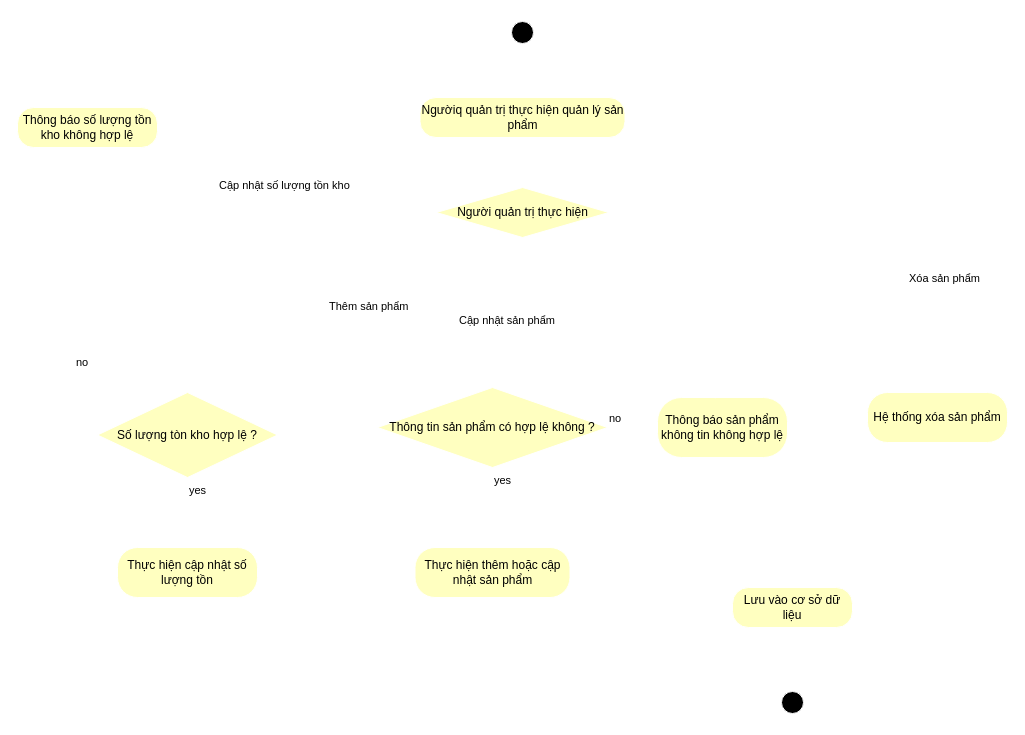
DiagaticSnith/goshop keeps this draw.io diagram as Diagram/Activity/AdminManageProduct.drawio. Above is the earlier version. Source tidied: cells renumbered, new cells numbered last; positions are measured from the earlier drawing's top-left corner, leaving out a move shared by most shapes. Both pictures are drawn from the tidied source at 100%, with x=0, y=0 at pixel (17, 17).
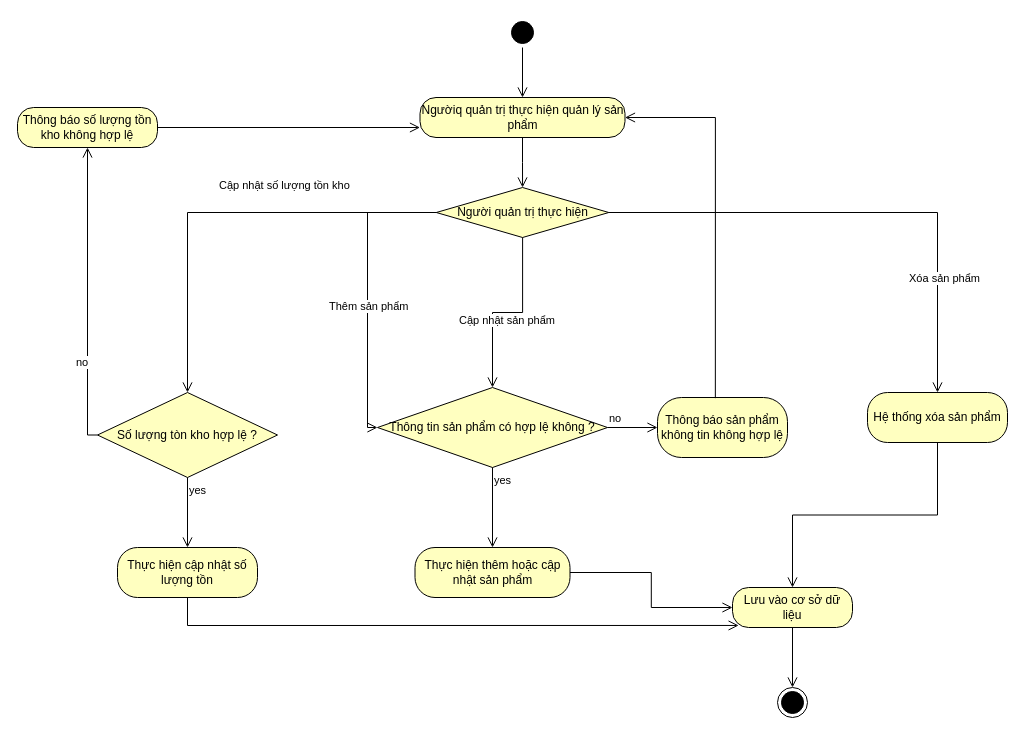
Above is the later version.

The edit, as a diff of the source:
```diff
@@
-    <mxCell id="2" style="ellipse;html=1;shape=startState;fillColor=#000000;strokeColor=#FFFFFF;" parent="1" vertex="1">
+    <mxCell id="2" style="ellipse;html=1;shape=startState;fillColor=#000000;strokeColor=#000000;" parent="1" vertex="1">
       <mxGeometry x="490" width="30" height="30" as="geometry" />
     </mxCell>
-    <mxCell id="3" style="edgeStyle=orthogonalEdgeStyle;html=1;verticalAlign=bottom;endArrow=open;endSize=8;strokeColor=#FFFFFF;rounded=0;entryX=0.5;entryY=0;entryDx=0;entryDy=0;" parent="1" edge="1" source="2" target="4">
+    <mxCell id="3" style="edgeStyle=orthogonalEdgeStyle;html=1;verticalAlign=bottom;endArrow=open;endSize=8;strokeColor=#000000;rounded=0;entryX=0.5;entryY=0;entryDx=0;entryDy=0;" parent="1" edge="1" source="2" target="4">
       <mxGeometry relative="1" as="geometry" />
     </mxCell>
-    <mxCell id="4" value="Ngườiq quản trị thực hiện quản lý sản phẩm" style="rounded=1;whiteSpace=wrap;html=1;arcSize=40;fontColor=#000000;fillColor=#ffffc0;strokeColor=#FFFFFF;" parent="1" vertex="1">
+    <mxCell id="4" value="Ngườiq quản trị thực hiện quản lý sản phẩm" style="rounded=1;whiteSpace=wrap;html=1;arcSize=40;fontColor=#000000;fillColor=#ffffc0;strokeColor=#000000;" parent="1" vertex="1">
       <mxGeometry x="402.5" y="80" width="205" height="40" as="geometry" />
     </mxCell>
-    <mxCell id="5" style="edgeStyle=orthogonalEdgeStyle;html=1;verticalAlign=bottom;endArrow=open;endSize=8;strokeColor=#FFFFFF;rounded=0;entryX=0.5;entryY=0;entryDx=0;entryDy=0;" parent="1" edge="1" source="4" target="6">
+    <mxCell id="5" style="edgeStyle=orthogonalEdgeStyle;html=1;verticalAlign=bottom;endArrow=open;endSize=8;strokeColor=#000000;rounded=0;entryX=0.5;entryY=0;entryDx=0;entryDy=0;" parent="1" edge="1" source="4" target="6">
       <mxGeometry relative="1" as="geometry" />
     </mxCell>
-    <mxCell id="6" value="Người quản trị thực hiện" style="rhombus;whiteSpace=wrap;html=1;fontColor=#000000;fillColor=#ffffc0;strokeColor=#FFFFFF;" parent="1" vertex="1">
+    <mxCell id="6" value="Người quản trị thực hiện" style="rhombus;whiteSpace=wrap;html=1;fontColor=#000000;fillColor=#ffffc0;strokeColor=#000000;" parent="1" vertex="1">
       <mxGeometry x="418.8" y="170" width="172.5" height="50" as="geometry" />
     </mxCell>
-    <mxCell id="7" value="Xóa sản phẩm" style="edgeStyle=orthogonalEdgeStyle;html=1;align=left;verticalAlign=bottom;endArrow=open;endSize=8;strokeColor=#FFFFFF;rounded=0;entryX=0.5;entryY=0;entryDx=0;entryDy=0;" parent="1" edge="1" source="6" target="17">
+    <mxCell id="7" value="Xóa sản phẩm" style="edgeStyle=orthogonalEdgeStyle;html=1;align=left;verticalAlign=bottom;endArrow=open;endSize=8;strokeColor=#000000;rounded=0;entryX=0.5;entryY=0;entryDx=0;entryDy=0;" parent="1" edge="1" source="6" target="17">
       <mxGeometry x="0.59" y="-30" relative="1" as="geometry" />
     </mxCell>
-    <mxCell id="8" value="Cập nhật sản phẩm" style="edgeStyle=orthogonalEdgeStyle;html=1;align=left;verticalAlign=top;endArrow=open;endSize=8;strokeColor=#FFFFFF;rounded=0;entryX=0.5;entryY=0;entryDx=0;entryDy=0;" parent="1" edge="1" source="6" target="10">
+    <mxCell id="8" value="Cập nhật sản phẩm" style="edgeStyle=orthogonalEdgeStyle;html=1;align=left;verticalAlign=top;endArrow=open;endSize=8;strokeColor=#000000;rounded=0;entryX=0.5;entryY=0;entryDx=0;entryDy=0;" parent="1" edge="1" source="6" target="10">
       <mxGeometry x="0.17" y="-35" relative="1" as="geometry">
         <mxPoint y="-5" as="offset" />
       </mxGeometry>
     </mxCell>
-    <mxCell id="9" value="Thêm sản phẩm" style="edgeStyle=orthogonalEdgeStyle;html=1;align=left;verticalAlign=top;endArrow=open;endSize=8;strokeColor=#FFFFFF;rounded=0;exitX=0;exitY=0.5;exitDx=0;exitDy=0;entryX=0;entryY=0.5;entryDx=0;entryDy=0;" parent="1" edge="1" source="6" target="10">
+    <mxCell id="9" value="Thêm sản phẩm" style="edgeStyle=orthogonalEdgeStyle;html=1;align=left;verticalAlign=top;endArrow=open;endSize=8;strokeColor=#000000;rounded=0;exitX=0;exitY=0.5;exitDx=0;exitDy=0;entryX=0;entryY=0.5;entryDx=0;entryDy=0;" parent="1" edge="1" source="6" target="10">
       <mxGeometry x="0.02" y="-40" relative="1" as="geometry" />
     </mxCell>
-    <mxCell id="10" value="Thông tin sản phẩm có hợp lệ không ?" style="rhombus;whiteSpace=wrap;html=1;fontColor=#000000;fillColor=#ffffc0;strokeColor=#FFFFFF;" parent="1" vertex="1">
+    <mxCell id="10" value="Thông tin sản phẩm có hợp lệ không ?" style="rhombus;whiteSpace=wrap;html=1;fontColor=#000000;fillColor=#ffffc0;strokeColor=#000000;" parent="1" vertex="1">
       <mxGeometry x="360" y="370" width="230" height="80" as="geometry" />
     </mxCell>
-    <mxCell id="11" value="no" style="edgeStyle=orthogonalEdgeStyle;html=1;align=left;verticalAlign=bottom;endArrow=open;endSize=8;strokeColor=#FFFFFF;rounded=0;entryX=0;entryY=0.5;entryDx=0;entryDy=0;" parent="1" edge="1" source="10" target="15">
+    <mxCell id="11" value="no" style="edgeStyle=orthogonalEdgeStyle;html=1;align=left;verticalAlign=bottom;endArrow=open;endSize=8;strokeColor=#000000;rounded=0;entryX=0;entryY=0.5;entryDx=0;entryDy=0;" parent="1" edge="1" source="10" target="15">
       <mxGeometry x="-1" relative="1" as="geometry" />
     </mxCell>
-    <mxCell id="12" value="yes" style="edgeStyle=orthogonalEdgeStyle;html=1;align=left;verticalAlign=top;endArrow=open;endSize=8;strokeColor=#FFFFFF;rounded=0;entryX=0.5;entryY=0;entryDx=0;entryDy=0;" parent="1" edge="1" source="10" target="13">
+    <mxCell id="12" value="yes" style="edgeStyle=orthogonalEdgeStyle;html=1;align=left;verticalAlign=top;endArrow=open;endSize=8;strokeColor=#000000;rounded=0;entryX=0.5;entryY=0;entryDx=0;entryDy=0;" parent="1" edge="1" source="10" target="13">
       <mxGeometry x="-1" relative="1" as="geometry" />
     </mxCell>
-    <mxCell id="13" value="Thực hiện thêm hoặc cập nhật sản phẩm" style="rounded=1;whiteSpace=wrap;html=1;arcSize=40;fontColor=#000000;fillColor=#ffffc0;strokeColor=#FFFFFF;" parent="1" vertex="1">
+    <mxCell id="13" value="Thực hiện thêm hoặc cập nhật sản phẩm" style="rounded=1;whiteSpace=wrap;html=1;arcSize=40;fontColor=#000000;fillColor=#ffffc0;strokeColor=#000000;" parent="1" vertex="1">
       <mxGeometry x="397.5" y="530" width="155" height="50" as="geometry" />
     </mxCell>
-    <mxCell id="14" style="edgeStyle=orthogonalEdgeStyle;html=1;verticalAlign=bottom;endArrow=open;endSize=8;strokeColor=#FFFFFF;rounded=0;entryX=0;entryY=0.5;entryDx=0;entryDy=0;exitX=1;exitY=0.5;exitDx=0;exitDy=0;" parent="1" edge="1" source="13" target="26">
+    <mxCell id="14" style="edgeStyle=orthogonalEdgeStyle;html=1;verticalAlign=bottom;endArrow=open;endSize=8;strokeColor=#000000;rounded=0;entryX=0;entryY=0.5;entryDx=0;entryDy=0;exitX=1;exitY=0.5;exitDx=0;exitDy=0;" parent="1" edge="1" source="13" target="26">
       <mxGeometry relative="1" as="geometry" />
     </mxCell>
-    <mxCell id="15" value="Thông báo sản phẩm không tin không hợp lệ" style="rounded=1;whiteSpace=wrap;html=1;arcSize=40;fontColor=#000000;fillColor=#ffffc0;strokeColor=#FFFFFF;" parent="1" vertex="1">
+    <mxCell id="15" value="Thông báo sản phẩm không tin không hợp lệ" style="rounded=1;whiteSpace=wrap;html=1;arcSize=40;fontColor=#000000;fillColor=#ffffc0;strokeColor=#000000;" parent="1" vertex="1">
       <mxGeometry x="640" y="380" width="130" height="60" as="geometry" />
     </mxCell>
-    <mxCell id="16" style="edgeStyle=orthogonalEdgeStyle;html=1;verticalAlign=bottom;endArrow=open;endSize=8;strokeColor=#FFFFFF;rounded=0;exitX=0.445;exitY=0.011;exitDx=0;exitDy=0;exitPerimeter=0;entryX=1;entryY=0.5;entryDx=0;entryDy=0;" parent="1" edge="1" source="15" target="4">
+    <mxCell id="16" style="edgeStyle=orthogonalEdgeStyle;html=1;verticalAlign=bottom;endArrow=open;endSize=8;strokeColor=#000000;rounded=0;exitX=0.445;exitY=0.011;exitDx=0;exitDy=0;exitPerimeter=0;entryX=1;entryY=0.5;entryDx=0;entryDy=0;" parent="1" edge="1" source="15" target="4">
       <mxGeometry relative="1" as="geometry" />
     </mxCell>
-    <mxCell id="17" value="Hệ thống xóa sản phẩm" style="rounded=1;whiteSpace=wrap;html=1;arcSize=40;fontColor=#000000;fillColor=#ffffc0;strokeColor=#FFFFFF;" parent="1" vertex="1">
+    <mxCell id="17" value="Hệ thống xóa sản phẩm" style="rounded=1;whiteSpace=wrap;html=1;arcSize=40;fontColor=#000000;fillColor=#ffffc0;strokeColor=#000000;" parent="1" vertex="1">
       <mxGeometry x="850" y="375" width="140" height="50" as="geometry" />
     </mxCell>
-    <mxCell id="18" style="edgeStyle=orthogonalEdgeStyle;html=1;verticalAlign=bottom;endArrow=open;endSize=8;strokeColor=#FFFFFF;rounded=0;entryX=0.5;entryY=0;entryDx=0;entryDy=0;exitX=0.5;exitY=1;exitDx=0;exitDy=0;" parent="1" edge="1" source="17" target="26">
+    <mxCell id="18" style="edgeStyle=orthogonalEdgeStyle;html=1;verticalAlign=bottom;endArrow=open;endSize=8;strokeColor=#000000;rounded=0;entryX=0.5;entryY=0;entryDx=0;entryDy=0;exitX=0.5;exitY=1;exitDx=0;exitDy=0;" parent="1" edge="1" source="17" target="26">
       <mxGeometry relative="1" as="geometry" />
     </mxCell>
-    <mxCell id="19" style="ellipse;html=1;shape=endState;fillColor=#000000;strokeColor=#FFFFFF;" parent="1" vertex="1">
+    <mxCell id="19" style="ellipse;html=1;shape=endState;fillColor=#000000;strokeColor=#000000;" parent="1" vertex="1">
       <mxGeometry x="760" y="670" width="30" height="30" as="geometry" />
     </mxCell>
-    <mxCell id="20" value="Cập nhật số lượng tồn kho" style="edgeStyle=orthogonalEdgeStyle;html=1;align=left;verticalAlign=top;endArrow=open;endSize=8;strokeColor=#FFFFFF;rounded=0;exitX=0;exitY=0.5;exitDx=0;exitDy=0;entryX=0.5;entryY=0;entryDx=0;entryDy=0;" parent="1" edge="1" source="6" target="21">
+    <mxCell id="20" value="Cập nhật số lượng tồn kho" style="edgeStyle=orthogonalEdgeStyle;html=1;align=left;verticalAlign=top;endArrow=open;endSize=8;strokeColor=#000000;rounded=0;exitX=0;exitY=0.5;exitDx=0;exitDy=0;entryX=0.5;entryY=0;entryDx=0;entryDy=0;" parent="1" edge="1" source="6" target="21">
       <mxGeometry x="0.02" y="-40" relative="1" as="geometry" />
     </mxCell>
-    <mxCell id="21" value="Số lượng tòn kho hợp lệ ?" style="rhombus;whiteSpace=wrap;html=1;fontColor=#000000;fillColor=#ffffc0;strokeColor=#FFFFFF;" parent="1" vertex="1">
+    <mxCell id="21" value="Số lượng tòn kho hợp lệ ?" style="rhombus;whiteSpace=wrap;html=1;fontColor=#000000;fillColor=#ffffc0;strokeColor=#000000;" parent="1" vertex="1">
       <mxGeometry x="80" y="375" width="180" height="85" as="geometry" />
     </mxCell>
-    <mxCell id="22" value="no" style="edgeStyle=orthogonalEdgeStyle;html=1;align=left;verticalAlign=bottom;endArrow=open;endSize=8;strokeColor=#FFFFFF;rounded=0;entryX=0.5;entryY=1;entryDx=0;entryDy=0;exitX=0;exitY=0.5;exitDx=0;exitDy=0;" parent="1" edge="1" source="21" target="28">
+    <mxCell id="22" value="no" style="edgeStyle=orthogonalEdgeStyle;html=1;align=left;verticalAlign=bottom;endArrow=open;endSize=8;strokeColor=#000000;rounded=0;entryX=0.5;entryY=1;entryDx=0;entryDy=0;exitX=0;exitY=0.5;exitDx=0;exitDy=0;" parent="1" edge="1" source="21" target="28">
       <mxGeometry x="-0.5" y="13" relative="1" as="geometry" />
     </mxCell>
-    <mxCell id="23" value="yes" style="edgeStyle=orthogonalEdgeStyle;html=1;align=left;verticalAlign=top;endArrow=open;endSize=8;strokeColor=#FFFFFF;rounded=0;entryX=0.5;entryY=0;entryDx=0;entryDy=0;" parent="1" edge="1" source="21" target="24">
+    <mxCell id="23" value="yes" style="edgeStyle=orthogonalEdgeStyle;html=1;align=left;verticalAlign=top;endArrow=open;endSize=8;strokeColor=#000000;rounded=0;entryX=0.5;entryY=0;entryDx=0;entryDy=0;" parent="1" edge="1" source="21" target="24">
       <mxGeometry x="-1" relative="1" as="geometry" />
     </mxCell>
-    <mxCell id="24" value="Thực hiện cập nhật số lượng tồn" style="rounded=1;whiteSpace=wrap;html=1;arcSize=40;fontColor=#000000;fillColor=#ffffc0;strokeColor=#FFFFFF;" parent="1" vertex="1">
+    <mxCell id="24" value="Thực hiện cập nhật số lượng tồn" style="rounded=1;whiteSpace=wrap;html=1;arcSize=40;fontColor=#000000;fillColor=#ffffc0;strokeColor=#000000;" parent="1" vertex="1">
       <mxGeometry x="100" y="530" width="140" height="50" as="geometry" />
     </mxCell>
-    <mxCell id="25" style="edgeStyle=orthogonalEdgeStyle;html=1;verticalAlign=bottom;endArrow=open;endSize=8;strokeColor=#FFFFFF;rounded=0;entryX=0.051;entryY=0.949;entryDx=0;entryDy=0;entryPerimeter=0;exitX=0.5;exitY=1;exitDx=0;exitDy=0;" parent="1" edge="1" source="24" target="26">
+    <mxCell id="25" style="edgeStyle=orthogonalEdgeStyle;html=1;verticalAlign=bottom;endArrow=open;endSize=8;strokeColor=#000000;rounded=0;entryX=0.051;entryY=0.949;entryDx=0;entryDy=0;entryPerimeter=0;exitX=0.5;exitY=1;exitDx=0;exitDy=0;" parent="1" edge="1" source="24" target="26">
       <mxGeometry relative="1" as="geometry" />
     </mxCell>
-    <mxCell id="26" value="Lưu vào cơ sở dữ liệu" style="rounded=1;whiteSpace=wrap;html=1;arcSize=40;fontColor=#000000;fillColor=#ffffc0;strokeColor=#FFFFFF;" parent="1" vertex="1">
+    <mxCell id="26" value="Lưu vào cơ sở dữ liệu" style="rounded=1;whiteSpace=wrap;html=1;arcSize=40;fontColor=#000000;fillColor=#ffffc0;strokeColor=#000000;" parent="1" vertex="1">
       <mxGeometry x="715" y="570" width="120" height="40" as="geometry" />
     </mxCell>
-    <mxCell id="27" style="edgeStyle=orthogonalEdgeStyle;html=1;verticalAlign=bottom;endArrow=open;endSize=8;strokeColor=#FFFFFF;rounded=0;entryX=0.5;entryY=0;entryDx=0;entryDy=0;" parent="1" edge="1" source="26" target="19">
+    <mxCell id="27" style="edgeStyle=orthogonalEdgeStyle;html=1;verticalAlign=bottom;endArrow=open;endSize=8;strokeColor=#000000;rounded=0;entryX=0.5;entryY=0;entryDx=0;entryDy=0;" parent="1" edge="1" source="26" target="19">
       <mxGeometry relative="1" as="geometry" />
     </mxCell>
-    <mxCell id="28" value="Thông báo số lượng tồn kho không hợp lệ" style="rounded=1;whiteSpace=wrap;html=1;arcSize=40;fontColor=#000000;fillColor=#ffffc0;strokeColor=#FFFFFF;" parent="1" vertex="1">
+    <mxCell id="28" value="Thông báo số lượng tồn kho không hợp lệ" style="rounded=1;whiteSpace=wrap;html=1;arcSize=40;fontColor=#000000;fillColor=#ffffc0;strokeColor=#000000;" parent="1" vertex="1">
       <mxGeometry y="90" width="140" height="40" as="geometry" />
     </mxCell>
-    <mxCell id="29" style="edgeStyle=orthogonalEdgeStyle;html=1;verticalAlign=bottom;endArrow=open;endSize=8;strokeColor=#FFFFFF;rounded=0;entryX=0;entryY=0.75;entryDx=0;entryDy=0;" parent="1" edge="1" source="28" target="4">
+    <mxCell id="29" style="edgeStyle=orthogonalEdgeStyle;html=1;verticalAlign=bottom;endArrow=open;endSize=8;strokeColor=#000000;rounded=0;entryX=0;entryY=0.75;entryDx=0;entryDy=0;" parent="1" edge="1" source="28" target="4">
       <mxGeometry relative="1" as="geometry" />
     </mxCell>
```
